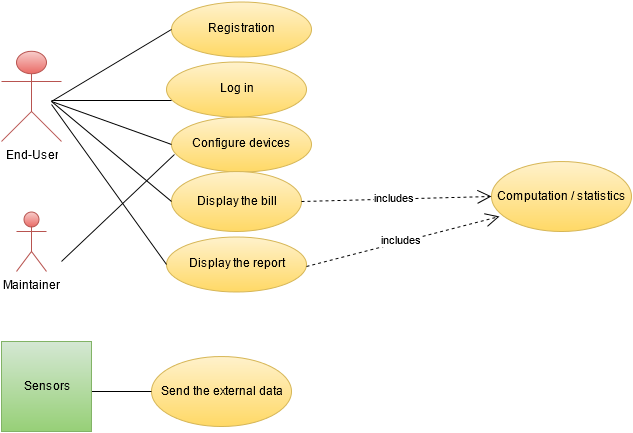
Before: 3-requirements/images/usecaseD.png, a diagram exported from draw.io (imjoris/SoftwarePatternsGroup2). Source tidied: cells renumbered, new cells last; positions are measured from the earlier drawing's top-left corner, leaving out a move shared by most shapes.
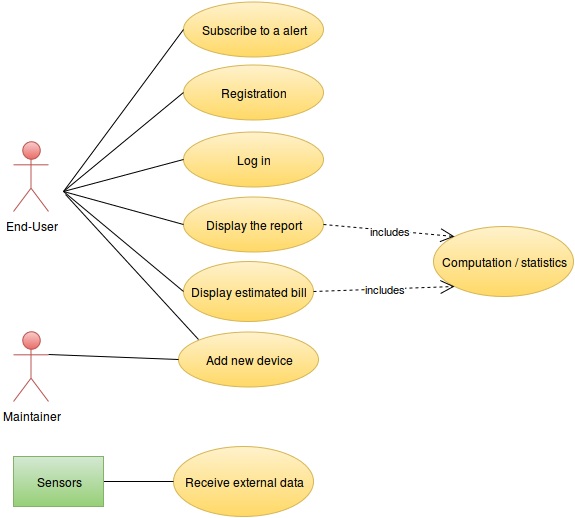
Above is the later version.

Commit message:
Adding alerts use case + adding all FRs to a use case

What changed in the source:
```diff
@@ -3,36 +3,34 @@
     <mxCell id="0" />
     <mxCell id="1" parent="0" />
     <mxCell id="2" value="End-User" style="shape=umlActor;verticalLabelPosition=bottom;labelBackgroundColor=#ffffff;verticalAlign=top;html=1;plain-red;" parent="1" vertex="1">
-      <mxGeometry y="50" width="60" height="90" as="geometry" />
+      <mxGeometry y="50" width="35" height="70" as="geometry" />
     </mxCell>
     <mxCell id="3" value="Maintainer" style="shape=umlActor;verticalLabelPosition=bottom;labelBackgroundColor=#ffffff;verticalAlign=top;html=1;plain-red;" parent="1" vertex="1">
-      <mxGeometry x="15" y="210" width="30" height="60" as="geometry" />
+      <mxGeometry y="240" width="35" height="70" as="geometry" />
     </mxCell>
     <mxCell id="4" value="Registration" style="ellipse;whiteSpace=wrap;html=1;plain-yellow;" parent="1" vertex="1">
-      <mxGeometry x="170" width="140" height="55" as="geometry" />
+      <mxGeometry x="170" y="-27" width="140" height="55" as="geometry" />
     </mxCell>
-    <mxCell id="5" value="Configure devices&lt;br&gt;" style="ellipse;whiteSpace=wrap;html=1;plain-yellow;" parent="1" vertex="1">
-      <mxGeometry x="170" y="115" width="140" height="55" as="geometry" />
+    <mxCell id="5" value="Display the report&lt;br&gt;" style="ellipse;whiteSpace=wrap;html=1;plain-yellow;" parent="1" vertex="1">
+      <mxGeometry x="170" y="105" width="140" height="55" as="geometry" />
     </mxCell>
-    <mxCell id="6" value="Display the bill&lt;br&gt;" style="ellipse;whiteSpace=wrap;html=1;plain-yellow;" parent="1" vertex="1">
+    <mxCell id="6" value="Display estimated bill&lt;br&gt;" style="ellipse;whiteSpace=wrap;html=1;plain-yellow;" parent="1" vertex="1">
       <mxGeometry x="170" y="170" width="130" height="60" as="geometry" />
     </mxCell>
     <mxCell id="7" value="Computation / statistics&lt;br&gt;" style="ellipse;whiteSpace=wrap;html=1;plain-yellow;" parent="1" vertex="1">
-      <mxGeometry x="490" y="160" width="140" height="70" as="geometry" />
+      <mxGeometry x="420" y="135" width="140" height="70" as="geometry" />
     </mxCell>
-    <mxCell id="8" value="Send the external data&lt;br&gt;" style="ellipse;whiteSpace=wrap;html=1;plain-yellow;" parent="1" vertex="1">
-      <mxGeometry x="150" y="355" width="140" height="70" as="geometry" />
+    <mxCell id="8" value="Receive external data&lt;br&gt;" style="ellipse;whiteSpace=wrap;html=1;plain-yellow;" parent="1" vertex="1">
+      <mxGeometry x="160" y="355" width="140" height="70" as="geometry" />
     </mxCell>
-    <mxCell id="9" value="includes" style="endArrow=open;endSize=12;dashed=1;html=1;exitX=1;exitY=0.5;entryX=0;entryY=0.5;plain-yellow;strokeColor=#000000;" parent="1" edge="1" source="6" target="7">
+    <mxCell id="9" value="includes" style="endArrow=open;endSize=12;dashed=1;html=1;exitX=1;exitY=0.5;entryX=0;entryY=1;plain-yellow;strokeColor=#000000;" parent="1" edge="1" source="6" target="7">
       <mxGeometry relative="1" as="geometry" />
     </mxCell>
-    <mxCell id="10" value="Display the report&lt;br&gt;" style="ellipse;whiteSpace=wrap;html=1;plain-yellow;" parent="1" vertex="1">
-      <mxGeometry x="165" y="235" width="140" height="55" as="geometry" />
+    <mxCell id="10" value="Add new device&lt;br&gt;" style="ellipse;whiteSpace=wrap;html=1;plain-yellow;" parent="1" vertex="1">
+      <mxGeometry x="165" y="240" width="140" height="55" as="geometry" />
     </mxCell>
-    <mxCell id="11" value="includes" style="endArrow=open;endSize=12;dashed=1;html=1;exitX=1;exitY=0.5;entryX=0.057;entryY=0.786;entryPerimeter=0;plain-yellow;strokeColor=#000000;" parent="1" edge="1" target="7">
-      <mxGeometry relative="1" as="geometry">
-        <mxPoint x="305" y="265" as="sourcePoint" />
-      </mxGeometry>
+    <mxCell id="11" value="includes" style="endArrow=open;endSize=12;dashed=1;html=1;exitX=1;exitY=0.5;entryX=0;entryY=0;plain-yellow;strokeColor=#000000;" parent="1" edge="1" source="5" target="7">
+      <mxGeometry relative="1" as="geometry" />
     </mxCell>
     <mxCell id="12" style="endArrow=none;html=1;entryX=0;entryY=0.5;plain-yellow;strokeColor=#000000;" parent="1" edge="1" target="4">
       <mxGeometry relative="1" as="geometry">
@@ -49,15 +47,13 @@
         <mxPoint x="50" y="100" as="sourcePoint" />
       </mxGeometry>
     </mxCell>
-    <mxCell id="15" style="endArrow=none;html=1;entryX=0;entryY=0.5;plain-yellow;strokeColor=#000000;" parent="1" edge="1" target="10">
+    <mxCell id="15" style="endArrow=none;html=1;entryX=0;entryY=0;plain-yellow;strokeColor=#000000;exitX=0.017;exitY=1;exitPerimeter=0;" parent="1" edge="1" target="10">
       <mxGeometry relative="1" as="geometry">
-        <mxPoint x="50" y="103" as="sourcePoint" />
+        <mxPoint x="52" y="103" as="sourcePoint" />
       </mxGeometry>
     </mxCell>
-    <mxCell id="16" style="endArrow=none;html=1;entryX=0.021;entryY=0.691;entryPerimeter=0;plain-yellow;strokeColor=#000000;" parent="1" edge="1" target="5">
-      <mxGeometry relative="1" as="geometry">
-        <mxPoint x="60" y="260" as="sourcePoint" />
-      </mxGeometry>
+    <mxCell id="16" style="endArrow=none;html=1;entryX=0;entryY=0.5;plain-yellow;strokeColor=#000000;exitX=1;exitY=0.3333333333333333;exitPerimeter=0;" parent="1" edge="1" source="3" target="10">
+      <mxGeometry relative="1" as="geometry" />
     </mxCell>
     <mxCell id="17" style="endArrow=none;html=1;entryX=0;entryY=0.5;plain-yellow;strokeColor=#000000;" parent="1" edge="1" target="8">
       <mxGeometry relative="1" as="geometry">
@@ -65,13 +61,23 @@
       </mxGeometry>
     </mxCell>
     <mxCell id="18" value="Sensors" style="html=1;plain-green;" parent="1" vertex="1">
-      <mxGeometry y="340" width="90" height="90" as="geometry" />
+      <mxGeometry y="365" width="90" height="50" as="geometry" />
     </mxCell>
     <mxCell id="19" value="Log in&lt;br&gt;" style="ellipse;whiteSpace=wrap;html=1;plain-yellow;" parent="1" vertex="1">
-      <mxGeometry x="165" y="60" width="140" height="55" as="geometry" />
+      <mxGeometry x="170" y="40" width="140" height="55" as="geometry" />
     </mxCell>
-    <mxCell id="20" style="line;html=1;strokeWidth=1;align=left;verticalAlign=middle;spacingTop=-1;spacingLeft=3;spacingRight=3;labelPosition=right;plain-yellow;strokeColor=#000000;" parent="1" vertex="1">
-      <mxGeometry x="50" y="95" width="120" height="8" as="geometry" />
-    </mxCell>
+    <mxCell id="21" style="endArrow=none;html=1;entryX=0;entryY=0.5;plain-yellow;strokeColor=#000000;" parent="1" edge="1" target="19">
+      <mxGeometry x="70" y="11" as="geometry">
+        <mxPoint x="50" y="100" as="sourcePoint" />
+      </mxGeometry>
+    </mxCell>
+    <mxCell id="22" value="Subscribe to a alert&lt;br&gt;" style="ellipse;whiteSpace=wrap;html=1;plain-yellow;" parent="1" vertex="1">
+      <mxGeometry x="170" y="-90" width="140" height="55" as="geometry" />
+    </mxCell>
+    <mxCell id="23" style="endArrow=none;html=1;entryX=0;entryY=0.5;plain-yellow;strokeColor=#000000;" parent="1" edge="1" target="22">
+      <mxGeometry relative="1" as="geometry">
+        <mxPoint x="50" y="100" as="sourcePoint" />
+      </mxGeometry>
+    </mxCell>
   </root>
 </mxGraphModel>
```
